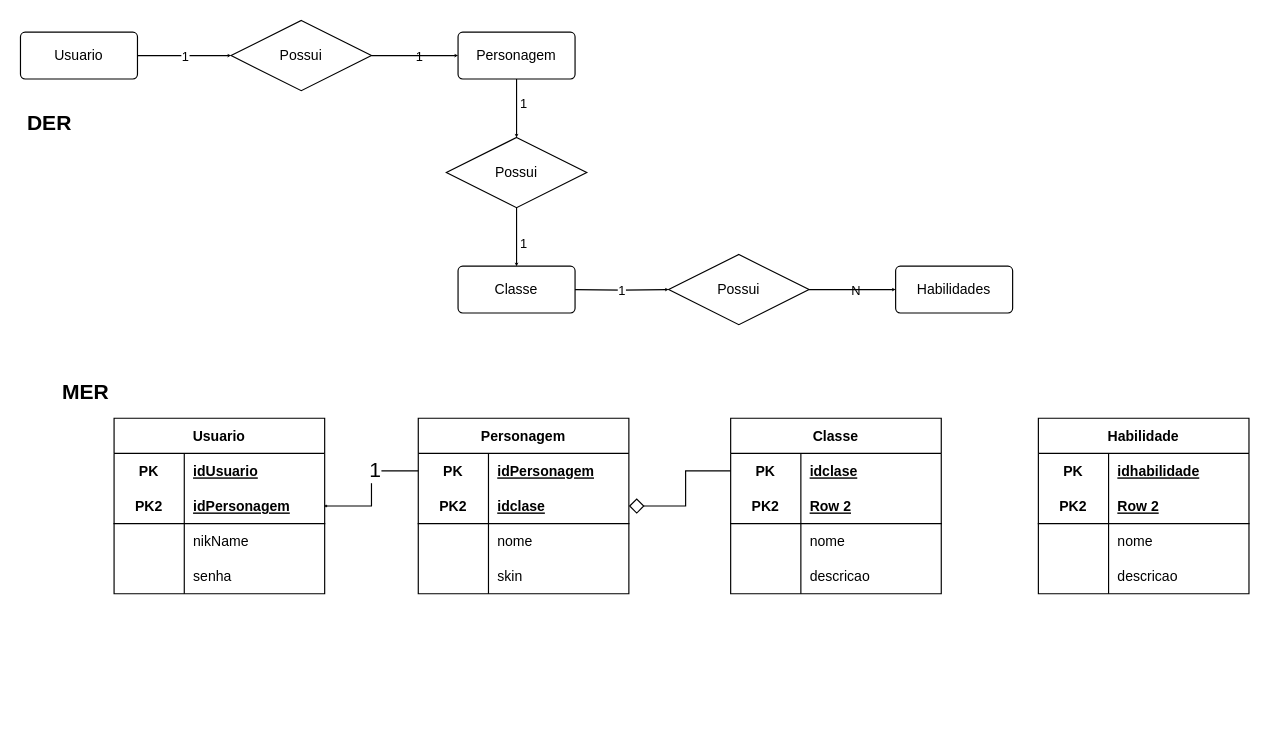
This is CodeBackEndUc12/Diagrama tabelas PFS 15.drawio from lrlacerda/CodeBakEnd-UC12, a draw.io file, before an edit. Source tidied: cells renumbered, new cells numbered last; positions are measured from the earlier drawing's top-left corner, leaving out a move shared by most shapes. Both pictures are drawn from the tidied source at 117%, with x=0, y=0 at pixel (20, 20).
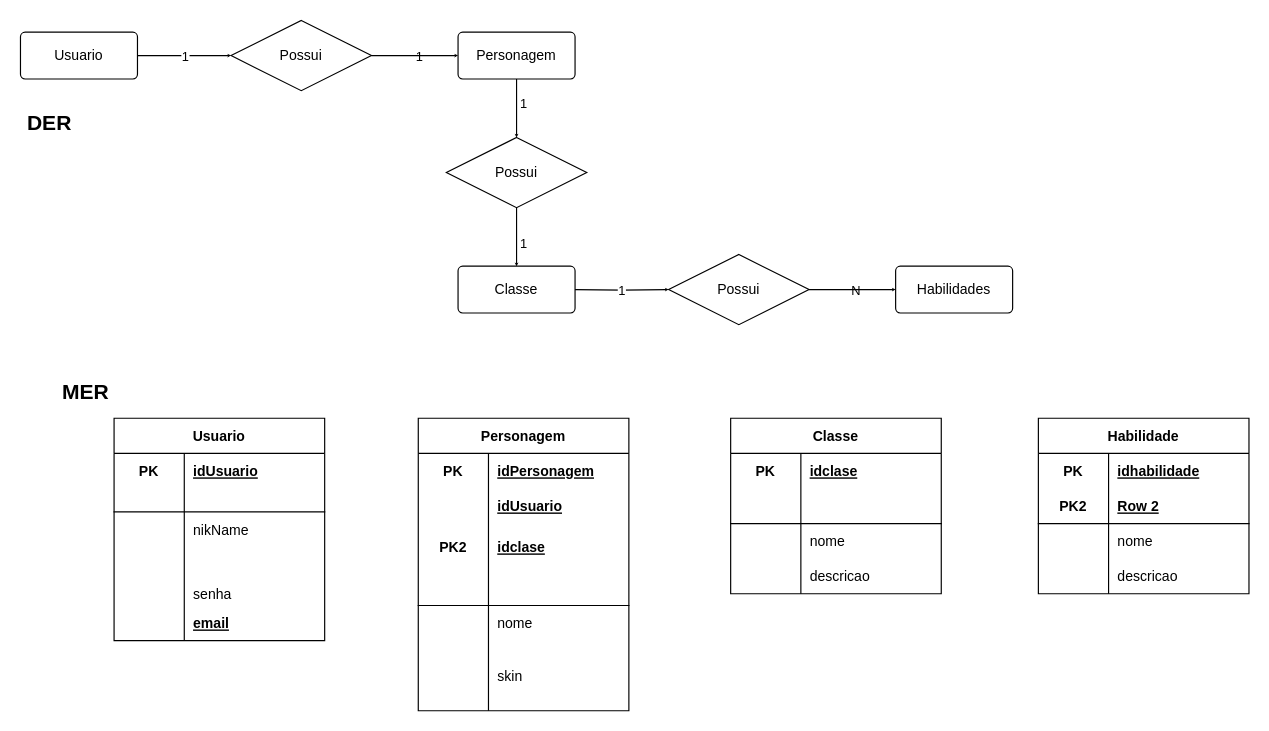
Above is the later version.

Unchanged cells that the change refers to:
```xml
<mxCell id="37" style="shape=tableRow;horizontal=0;startSize=0;swimlaneHead=0;swimlaneBody=0;fillColor=none;points=[[0,0.5],[1,0.5]];portConstraint=eastwest;top=0;left=0;right=0;bottom=0;" parent="36" vertex="1">
  <mxGeometry y="30" width="180" height="30" as="geometry" />
</mxCell>
<mxCell id="50" style="shape=tableRow;horizontal=0;startSize=0;swimlaneHead=0;swimlaneBody=0;fillColor=none;points=[[0,0.5],[1,0.5]];portConstraint=eastwest;top=0;left=0;right=0;bottom=0;" parent="49" vertex="1">
  <mxGeometry y="30" width="180" height="30" as="geometry" />
</mxCell>
<mxCell id="53" style="shape=tableRow;horizontal=0;startSize=0;swimlaneHead=0;swimlaneBody=0;fillColor=none;top=0;left=0;right=0;bottom=1;" parent="49" vertex="1">
  <mxGeometry y="60" width="180" height="30" as="geometry" />
</mxCell>
```

Change to the diagram source:
```diff
@@
     <mxCell id="21" value="Usuario" style="shape=table;startSize=30;childLayout=tableLayout;rowLines=0;fontStyle=1;align=center;" parent="1" vertex="1">
-      <mxGeometry x="80" y="340" width="180" height="150" as="geometry" />
+      <mxGeometry x="80" y="340" width="180" height="190" as="geometry" />
     </mxCell>
@@
     <mxCell id="25" style="shape=tableRow;horizontal=0;startSize=0;swimlaneHead=0;swimlaneBody=0;fillColor=none;points=[[0,0.5],[1,0.5]];portConstraint=eastwest;top=0;left=0;right=0;bottom=1;" parent="21" vertex="1">
-      <mxGeometry y="60" width="180" height="30" as="geometry" />
+      <mxGeometry y="60" width="180" height="20" as="geometry" />
     </mxCell>
-    <mxCell id="26" value="PK2" style="shape=partialRectangle;fillColor=none;top=0;left=0;bottom=0;right=0;fontStyle=1;overflow=hidden;" parent="25" vertex="1">
-      <mxGeometry width="60" height="30" as="geometry" />
+    <mxCell id="26" style="shape=partialRectangle;fillColor=none;top=0;left=0;bottom=0;right=0;fontStyle=1;overflow=hidden;" parent="25" vertex="1">
+      <mxGeometry width="60" height="20" as="geometry" />
     </mxCell>
-    <mxCell id="27" value="idPersonagem" style="shape=partialRectangle;fillColor=none;top=0;left=0;bottom=0;right=0;align=left;spacingLeft=6;fontStyle=5;overflow=hidden;" parent="25" vertex="1">
-      <mxGeometry x="60" width="120" height="30" as="geometry" />
+    <mxCell id="27" style="shape=partialRectangle;fillColor=none;top=0;left=0;bottom=0;right=0;align=left;spacingLeft=6;fontStyle=5;overflow=hidden;" parent="25" vertex="1">
+      <mxGeometry x="60" width="120" height="20" as="geometry" />
     </mxCell>
     <mxCell id="28" style="shape=tableRow;horizontal=0;startSize=0;swimlaneHead=0;swimlaneBody=0;fillColor=none;top=0;left=0;right=0;bottom=0;" parent="21" vertex="1">
-      <mxGeometry y="90" width="180" height="30" as="geometry" />
+      <mxGeometry y="80" width="180" height="30" as="geometry" />
     </mxCell>
@@
     <mxCell id="31" style="shape=tableRow;horizontal=0;startSize=0;swimlaneHead=0;swimlaneBody=0;fillColor=none;top=0;left=0;right=0;bottom=0;" parent="21" vertex="1">
-      <mxGeometry y="120" width="180" height="30" as="geometry" />
+      <mxGeometry y="110" width="180" height="80" as="geometry" />
     </mxCell>
     <mxCell id="32" style="shape=partialRectangle;fillColor=none;top=0;left=0;bottom=0;right=0;overflow=hidden;" parent="31" vertex="1">
-      <mxGeometry width="60" height="30" as="geometry" />
+      <mxGeometry width="60" height="80" as="geometry" />
     </mxCell>
     <mxCell id="33" value="senha" style="shape=partialRectangle;fillColor=none;top=0;left=0;bottom=0;right=0;align=left;spacingLeft=6;overflow=hidden;" parent="31" vertex="1">
-      <mxGeometry x="60" width="120" height="30" as="geometry" />
+      <mxGeometry x="60" width="120" height="80" as="geometry" />
     </mxCell>
@@
     <mxCell id="36" value="Personagem" style="shape=table;startSize=30;childLayout=tableLayout;rowLines=0;fontStyle=1;align=center;" parent="1" vertex="1">
-      <mxGeometry x="340" y="340" width="180" height="150" as="geometry" />
+      <mxGeometry x="340" y="340" width="180" height="250" as="geometry" />
     </mxCell>
@@
     <mxCell id="40" style="shape=tableRow;horizontal=0;startSize=0;swimlaneHead=0;swimlaneBody=0;fillColor=none;points=[[0,0.5],[1,0.5]];portConstraint=eastwest;top=0;left=0;right=0;bottom=1;" parent="36" vertex="1">
-      <mxGeometry y="60" width="180" height="30" as="geometry" />
+      <mxGeometry y="60" width="180" height="100" as="geometry" />
     </mxCell>
     <mxCell id="41" value="PK2" style="shape=partialRectangle;fillColor=none;top=0;left=0;bottom=0;right=0;fontStyle=1;overflow=hidden;" parent="40" vertex="1">
-      <mxGeometry width="60" height="30" as="geometry" />
+      <mxGeometry width="60" height="100" as="geometry" />
     </mxCell>
     <mxCell id="42" value="idclase" style="shape=partialRectangle;fillColor=none;top=0;left=0;bottom=0;right=0;align=left;spacingLeft=6;fontStyle=5;overflow=hidden;" parent="40" vertex="1">
-      <mxGeometry x="60" width="120" height="30" as="geometry" />
+      <mxGeometry x="60" width="120" height="100" as="geometry" />
     </mxCell>
     <mxCell id="43" style="shape=tableRow;horizontal=0;startSize=0;swimlaneHead=0;swimlaneBody=0;fillColor=none;top=0;left=0;right=0;bottom=0;" parent="36" vertex="1">
-      <mxGeometry y="90" width="180" height="30" as="geometry" />
+      <mxGeometry y="160" width="180" height="30" as="geometry" />
     </mxCell>
@@
     <mxCell id="46" style="shape=tableRow;horizontal=0;startSize=0;swimlaneHead=0;swimlaneBody=0;fillColor=none;top=0;left=0;right=0;bottom=0;" parent="36" vertex="1">
-      <mxGeometry y="120" width="180" height="30" as="geometry" />
+      <mxGeometry y="190" width="180" height="60" as="geometry" />
     </mxCell>
     <mxCell id="47" style="shape=partialRectangle;fillColor=none;top=0;left=0;bottom=0;right=0;overflow=hidden;" parent="46" vertex="1">
-      <mxGeometry width="60" height="30" as="geometry" />
+      <mxGeometry width="60" height="60" as="geometry" />
     </mxCell>
     <mxCell id="48" value="skin" style="shape=partialRectangle;fillColor=none;top=0;left=0;bottom=0;right=0;align=left;spacingLeft=6;overflow=hidden;" parent="46" vertex="1">
-      <mxGeometry x="60" width="120" height="30" as="geometry" />
+      <mxGeometry x="60" width="120" height="60" as="geometry" />
     </mxCell>
@@
-    <mxCell id="54" value="PK2" style="shape=partialRectangle;fillColor=none;top=0;left=0;bottom=0;right=0;fontStyle=1;overflow=hidden;" parent="53" vertex="1">
+    <mxCell id="54" style="shape=partialRectangle;fillColor=none;top=0;left=0;bottom=0;right=0;fontStyle=1;overflow=hidden;" parent="53" vertex="1">
       <mxGeometry width="60" height="30" as="geometry" />
     </mxCell>
-    <mxCell id="55" value="Row 2" style="shape=partialRectangle;fillColor=none;top=0;left=0;bottom=0;right=0;align=left;spacingLeft=6;fontStyle=5;overflow=hidden;" parent="53" vertex="1">
+    <mxCell id="55" style="shape=partialRectangle;fillColor=none;top=0;left=0;bottom=0;right=0;align=left;spacingLeft=6;fontStyle=5;overflow=hidden;" parent="53" vertex="1">
       <mxGeometry x="60" width="120" height="30" as="geometry" />
     </mxCell>
@@
-    <mxCell id="75" style="edgeStyle=orthogonalEdgeStyle;rounded=0;jettySize=auto;html=1;fontSize=18;endSize=0;endArrow=diamond;endFill=1;sourcePerimeterSpacing=0;startSize=11;strokeColor=#000000;targetPerimeterSpacing=0;" parent="1" edge="1" source="37" target="25">
-      <mxGeometry relative="1" as="geometry" />
-    </mxCell>
-    <mxCell id="76" value="1" style="edgeLabel;html=1;align=center;verticalAlign=middle;fontSize=18;" parent="75" vertex="1">
-      <mxGeometry x="-0.31" y="-1" relative="1" as="geometry" />
-    </mxCell>
-    <mxCell id="77" style="edgeStyle=orthogonalEdgeStyle;rounded=0;jettySize=auto;html=1;fontSize=18;endArrow=diamond;endFill=0;endSize=11;" parent="1" edge="1" source="50" target="40">
-      <mxGeometry relative="1" as="geometry" />
-    </mxCell>
+    <mxCell id="78" value="idUsuario" style="shape=partialRectangle;fillColor=none;top=0;left=0;bottom=0;right=0;align=left;spacingLeft=6;fontStyle=5;overflow=hidden;" parent="1" vertex="1">
+      <mxGeometry x="400" y="400" width="120" height="30" as="geometry" />
+    </mxCell>
+    <mxCell id="79" value="email" style="shape=partialRectangle;fillColor=none;top=0;left=0;bottom=0;right=0;align=left;spacingLeft=6;fontStyle=5;overflow=hidden;" parent="1" vertex="1">
+      <mxGeometry x="140" y="500" width="120" height="30" as="geometry" />
+    </mxCell>
```
